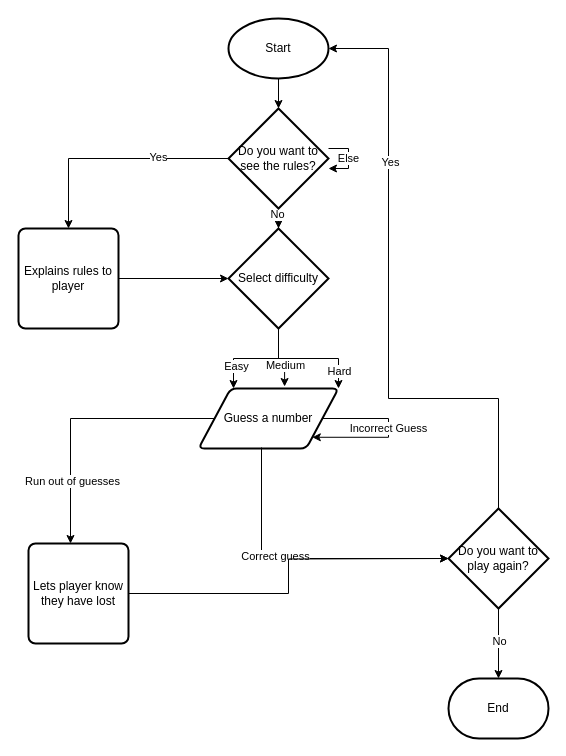
Earlier version of the draw.io diagram Untitled Diagram.drawio (Bobby-Mack1/python-project). Source tidied: cells renumbered, new cells numbered last; positions are measured from the earlier drawing's top-left corner, leaving out a move shared by most shapes. Both pictures are drawn from the tidied source at 100%, with x=0, y=0 at pixel (18, 18).
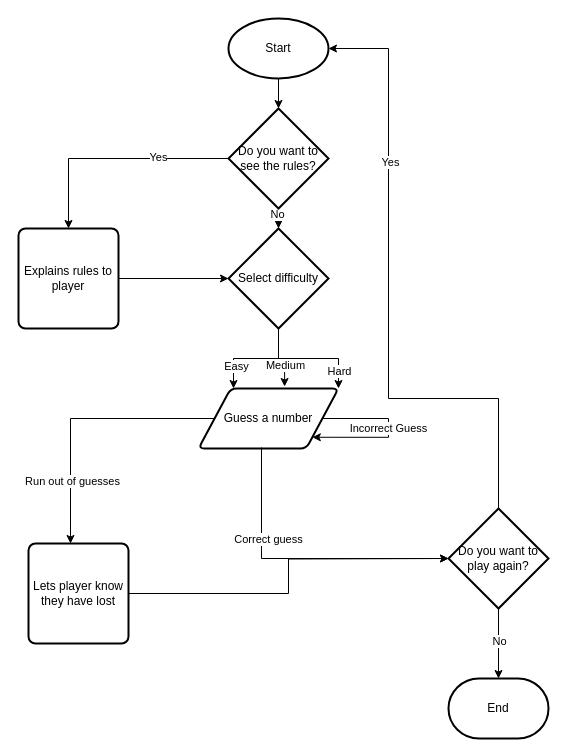
The same page after the edit.

The change refers to these unchanged cells:
```xml
<mxCell id="8" value="Do you want to see the rules?" style="strokeWidth=2;html=1;shape=mxgraph.flowchart.decision;whiteSpace=wrap;" parent="1" vertex="1">
  <mxGeometry x="210" y="90" width="100" height="100" as="geometry" />
</mxCell>
<mxCell id="23" style="edgeStyle=orthogonalEdgeStyle;rounded=0;jettySize=auto;html=1;entryX=0;entryY=0.5;entryDx=0;entryDy=0;entryPerimeter=0;exitX=0.45;exitY=0.983;exitDx=0;exitDy=0;exitPerimeter=0;" parent="1" edge="1" source="17" target="20">
  <mxGeometry relative="1" as="geometry" />
</mxCell>
```

What changed in the source:
```diff
@@
-    <mxCell id="14" value="Else" style="edgeStyle=orthogonalEdgeStyle;rounded=0;orthogonalLoop=1;jettySize=auto;html=1;" parent="1" edge="1" source="8" target="8">
-      <mxGeometry relative="1" as="geometry" />
-    </mxCell>
@@
     <mxCell id="24" value="Correct guess" style="edgeLabel;html=1;align=center;verticalAlign=middle;" parent="23" vertex="1">
-      <mxGeometry x="-0.16" y="3" relative="1" as="geometry" />
+      <mxGeometry x="-0.16" y="3" relative="1" as="geometry">
+        <mxPoint x="-7" y="-17" as="offset" />
+      </mxGeometry>
     </mxCell>
```
